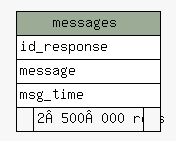
Earlier version of the Graphviz export schemaspy/diagrams/summary/messages.1degree.png (colorbash/hh-database-homework). Its source is kept beside it as schemaspy/diagrams/summary/messages.1degree.dot. Its diagram source:
```dot
digraph "messages" {
  graph [
    rankdir="RL"
    bgcolor="#f7f7f7"
    nodesep="0.18"
    ranksep="0.46"
    fontname="Helvetica"
    fontsize="11"
  ];
  node [
    fontname="Helvetica"
    fontsize="11"
    shape="plaintext"
  ];
  edge [
    arrowsize="0.8"
  ];
  "messages" [
    label=<
    <TABLE BORDER="0" CELLBORDER="1" CELLSPACING="0" BGCOLOR="#ffffff">
      <TR><TD COLSPAN="3" BGCOLOR="#9bab96" ALIGN="CENTER">messages</TD></TR>
      <TR><TD PORT="id_response" COLSPAN="3" ALIGN="LEFT">id_response</TD></TR>
      <TR><TD PORT="message" COLSPAN="3" ALIGN="LEFT">message</TD></TR>
      <TR><TD PORT="msg_time" COLSPAN="3" ALIGN="LEFT">msg_time</TD></TR>
      <TR><TD ALIGN="LEFT" BGCOLOR="#f7f7f7">  </TD><TD ALIGN="RIGHT" BGCOLOR="#f7f7f7">2 500 000 rows</TD><TD ALIGN="RIGHT" BGCOLOR="#f7f7f7">  </TD></TR>
    </TABLE>>
    URL="tables/messages.html"
    tooltip="messages"
  ];
}
```
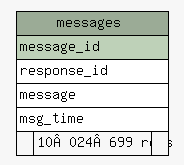
Later version of the same file.

Diff of the diagram source:
```diff
@@ -19,10 +19,11 @@
     label=<
     <TABLE BORDER="0" CELLBORDER="1" CELLSPACING="0" BGCOLOR="#ffffff">
       <TR><TD COLSPAN="3" BGCOLOR="#9bab96" ALIGN="CENTER">messages</TD></TR>
-      <TR><TD PORT="id_response" COLSPAN="3" ALIGN="LEFT">id_response</TD></TR>
+      <TR><TD PORT="message_id" COLSPAN="3" BGCOLOR="#bed1b8" ALIGN="LEFT">message_id</TD></TR>
+      <TR><TD PORT="response_id" COLSPAN="3" ALIGN="LEFT">response_id</TD></TR>
       <TR><TD PORT="message" COLSPAN="3" ALIGN="LEFT">message</TD></TR>
       <TR><TD PORT="msg_time" COLSPAN="3" ALIGN="LEFT">msg_time</TD></TR>
-      <TR><TD ALIGN="LEFT" BGCOLOR="#f7f7f7">  </TD><TD ALIGN="RIGHT" BGCOLOR="#f7f7f7">2 500 000 rows</TD><TD ALIGN="RIGHT" BGCOLOR="#f7f7f7">  </TD></TR>
+      <TR><TD ALIGN="LEFT" BGCOLOR="#f7f7f7">  </TD><TD ALIGN="RIGHT" BGCOLOR="#f7f7f7">10 024 699 rows</TD><TD ALIGN="RIGHT" BGCOLOR="#f7f7f7">  </TD></TR>
     </TABLE>>
     URL="tables/messages.html"
     tooltip="messages"
```
